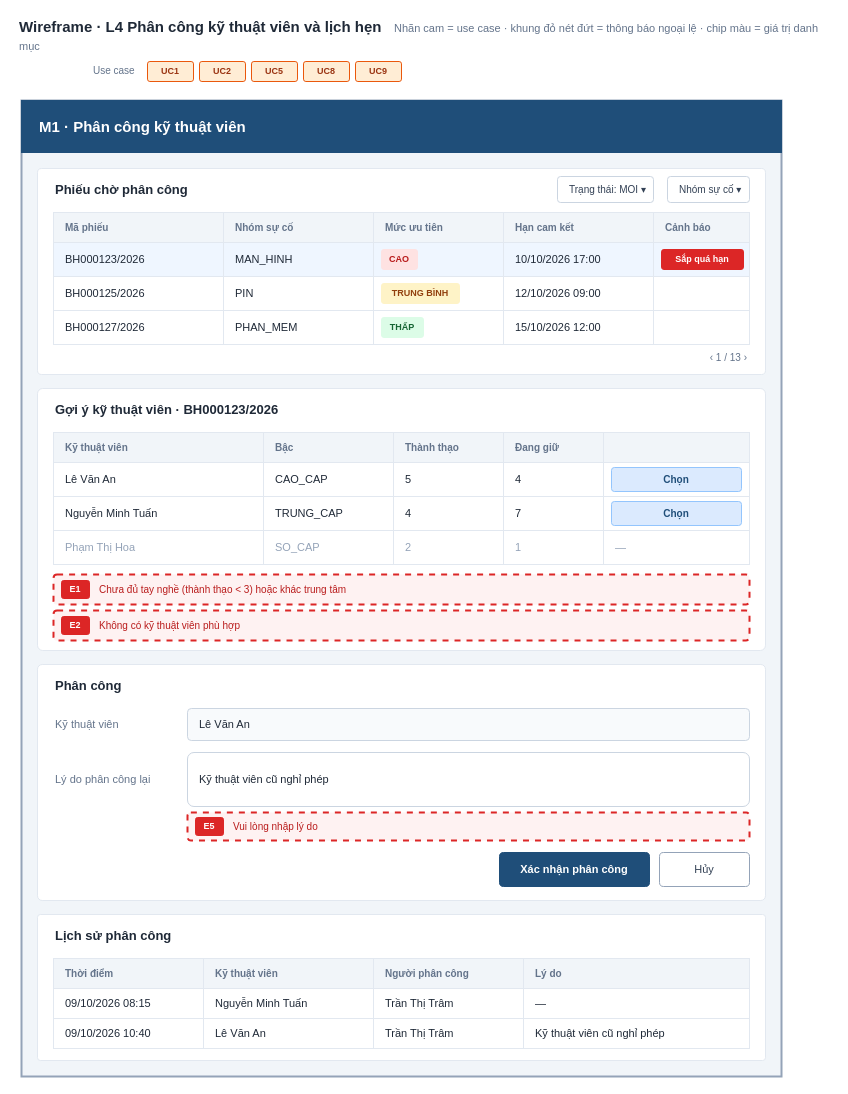
This is page "Wireframe-M1" (1 of 3) of docs/wireframe.drawio from long191105/smartcrm-2374802010281-phan_cong_ky_thuat_vien, a draw.io file, before an edit. Source tidied: cells renumbered, new cells numbered last; positions are measured from the earlier drawing's top-left corner, leaving out a move shared by most shapes. Both pictures are drawn from the tidied source at 100%, with x=0, y=0 at pixel (17, 20).
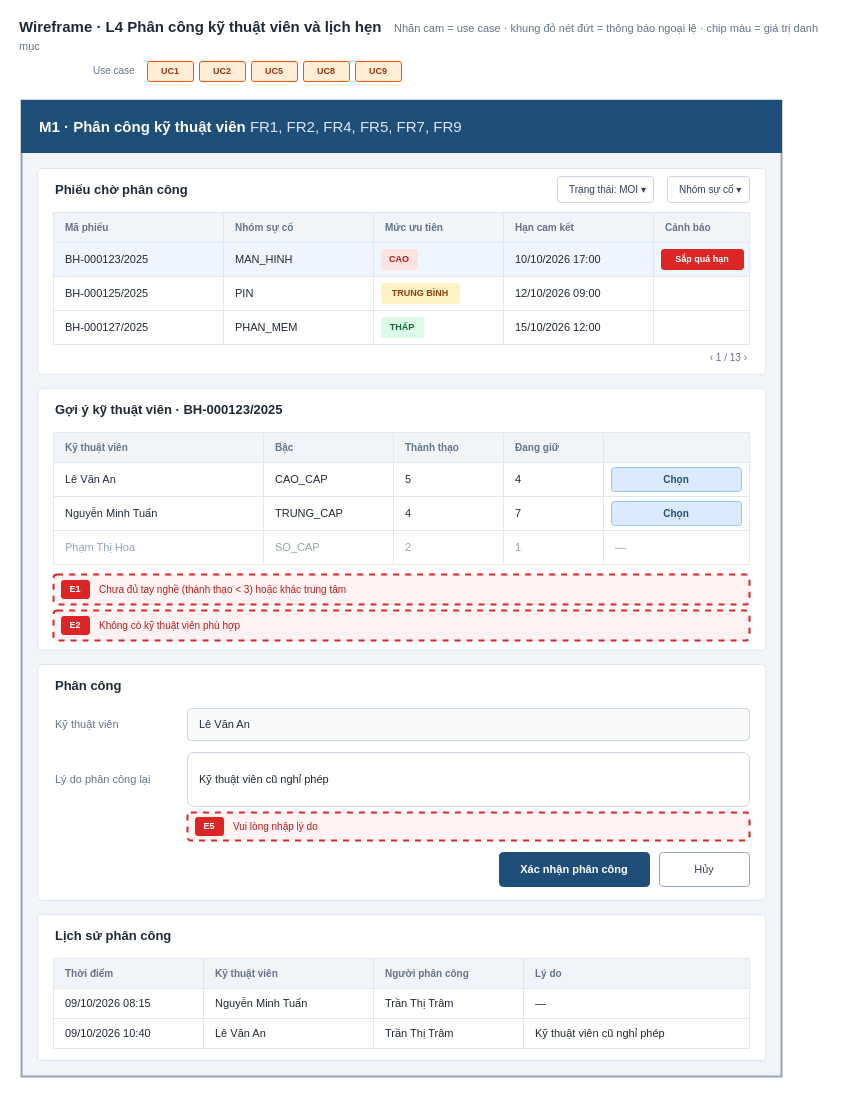
The same diagram, later.

What changed in the source:
```diff
@@
-    <mxCell id="10" value="&lt;b&gt;M1 · Phân công kỹ thuật viên&lt;/b&gt;" style="rounded=0;whiteSpace=wrap;html=1;fillColor=#1F4E79;strokeColor=#1F4E79;fontColor=#FFFFFF;align=left;spacingLeft=16;fontSize=15;" parent="1" vertex="1">
+    <mxCell id="10" value="&lt;b&gt;M1 · Phân công kỹ thuật viên&lt;/b&gt; &lt;font color=&quot;#DCE6F1&quot;&gt;FR1, FR2, FR4, FR5, FR7, FR9&lt;/font&gt;" style="rounded=0;whiteSpace=wrap;html=1;fillColor=#1F4E79;strokeColor=#1F4E79;fontColor=#FFFFFF;align=left;spacingLeft=16;fontSize=15;" parent="1" vertex="1">
       <mxGeometry x="4" y="80" width="760" height="52" as="geometry" />
     </mxCell>
@@
-    <mxCell id="20" value="BH000123/2026" style="rounded=0;whiteSpace=wrap;html=1;fillColor=#EFF6FF;strokeColor=#E2E8F0;fontSize=11;fontColor=#1F2937;align=left;spacingLeft=10;verticalAlign=middle;" parent="1" vertex="1">
+    <mxCell id="20" value="BH-000123/2025" style="rounded=0;whiteSpace=wrap;html=1;fillColor=#EFF6FF;strokeColor=#E2E8F0;fontSize=11;fontColor=#1F2937;align=left;spacingLeft=10;verticalAlign=middle;" parent="1" vertex="1">
       <mxGeometry x="36" y="222" width="170" height="34" as="geometry" />
     </mxCell>
@@
-    <mxCell id="27" value="BH000125/2026" style="rounded=0;whiteSpace=wrap;html=1;fillColor=#FFFFFF;strokeColor=#E2E8F0;fontSize=11;fontColor=#1F2937;align=left;spacingLeft=10;verticalAlign=middle;" parent="1" vertex="1">
+    <mxCell id="27" value="BH-000125/2025" style="rounded=0;whiteSpace=wrap;html=1;fillColor=#FFFFFF;strokeColor=#E2E8F0;fontSize=11;fontColor=#1F2937;align=left;spacingLeft=10;verticalAlign=middle;" parent="1" vertex="1">
       <mxGeometry x="36" y="256" width="170" height="34" as="geometry" />
     </mxCell>
@@
-    <mxCell id="33" value="BH000127/2026" style="rounded=0;whiteSpace=wrap;html=1;fillColor=#FFFFFF;strokeColor=#E2E8F0;fontSize=11;fontColor=#1F2937;align=left;spacingLeft=10;verticalAlign=middle;" parent="1" vertex="1">
+    <mxCell id="33" value="BH-000127/2025" style="rounded=0;whiteSpace=wrap;html=1;fillColor=#FFFFFF;strokeColor=#E2E8F0;fontSize=11;fontColor=#1F2937;align=left;spacingLeft=10;verticalAlign=middle;" parent="1" vertex="1">
       <mxGeometry x="36" y="290" width="170" height="34" as="geometry" />
     </mxCell>
@@
-    <mxCell id="41" value="Gợi ý kỹ thuật viên · BH000123/2026" style="text;html=1;whiteSpace=wrap;align=left;verticalAlign=middle;fontSize=13;fontColor=#1F2937;fontStyle=1;" parent="1" vertex="1">
+    <mxCell id="41" value="Gợi ý kỹ thuật viên · BH-000123/2025" style="text;html=1;whiteSpace=wrap;align=left;verticalAlign=middle;fontSize=13;fontColor=#1F2937;fontStyle=1;" parent="1" vertex="1">
       <mxGeometry x="36" y="376" width="528" height="26" as="geometry" />
     </mxCell>
```
